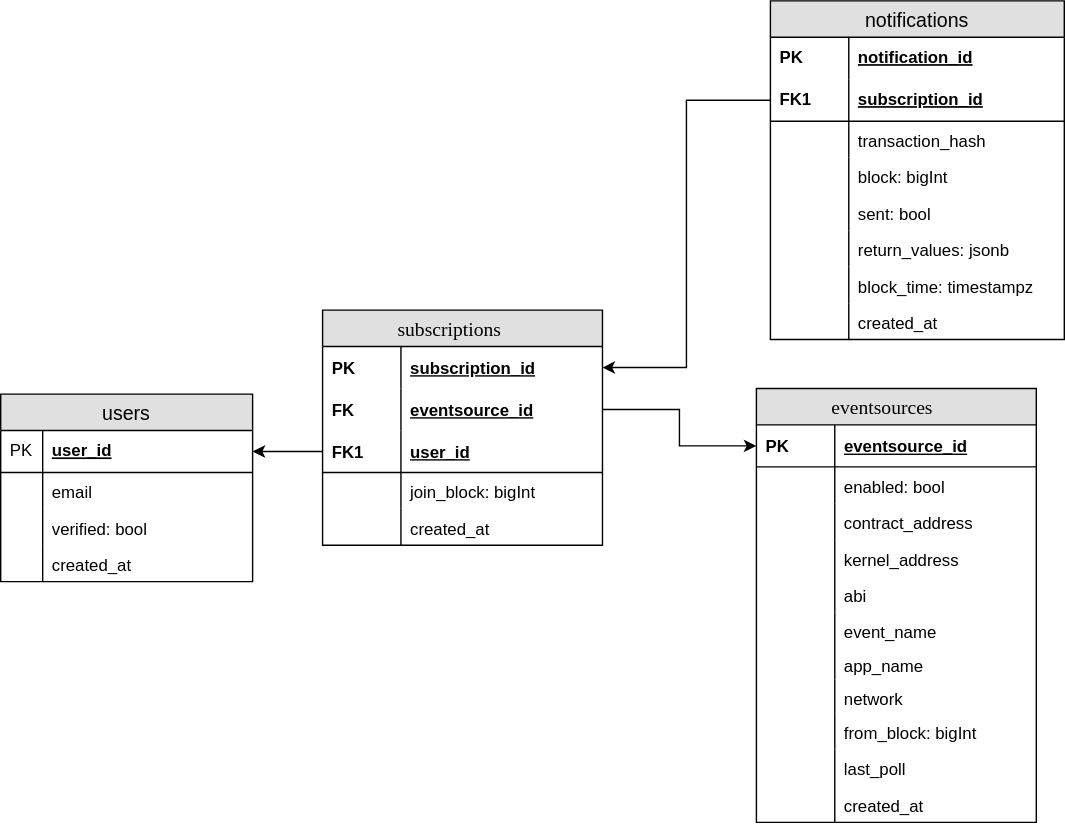
The draw.io diagram db.svg in aragonone/notification-service, before a commit. Source tidied: cells renumbered, new cells last; positions are measured from the earlier drawing's top-left corner, leaving out a move shared by most shapes.
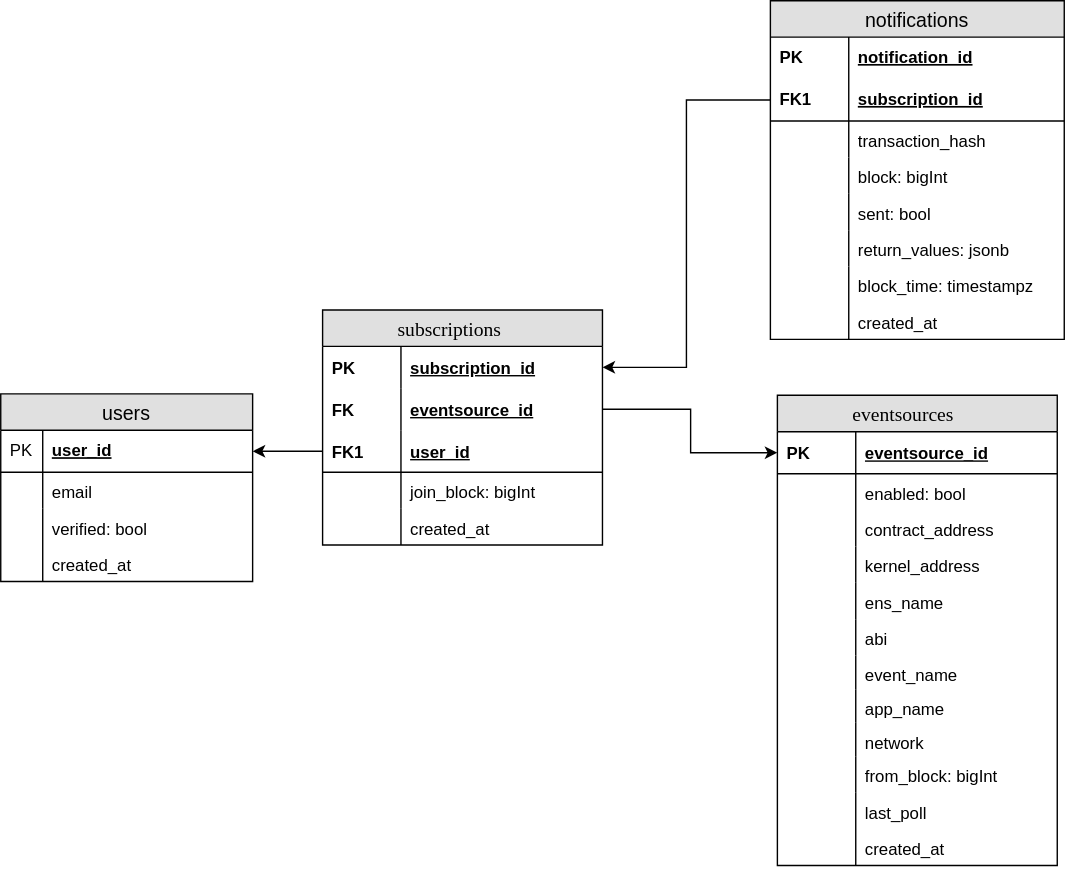
After the change.

Change to the diagram source:
```diff
@@ -117,7 +117,7 @@
       <mxGeometry width="30" height="26" as="geometry" />
     </mxCell>
     <mxCell id="40" value="eventsources&lt;br&gt;" style="swimlane;html=1;fontStyle=0;horizontal=1;startSize=26;fillColor=#e0e0e0;swimlaneFillColor=#ffffff;align=center;rounded=0;shadow=0;comic=0;labelBackgroundColor=none;strokeColor=#000000;strokeWidth=1;fontFamily=Verdana;fontSize=14;fontColor=#000000;" parent="1" vertex="1">
-      <mxGeometry x="540" y="277" width="200" height="310" as="geometry" />
+      <mxGeometry x="555" y="282" width="200" height="336" as="geometry" />
     </mxCell>
     <mxCell id="41" value="eventsource_id" style="shape=partialRectangle;top=0;left=0;right=0;bottom=1;html=1;align=left;verticalAlign=middle;fillColor=none;spacingLeft=60;spacingRight=4;whiteSpace=wrap;overflow=hidden;points=[[0,0.5],[1,0.5]];portConstraint=eastwest;fontStyle=5;" parent="40" vertex="1">
       <mxGeometry y="26" width="200" height="30" as="geometry" />
@@ -143,44 +143,50 @@
     <mxCell id="48" style="shape=partialRectangle;fontStyle=1;top=0;left=0;bottom=0;fillColor=none;align=left;verticalAlign=top;spacingLeft=4;spacingRight=4;overflow=hidden;fontSize=12;" parent="47" vertex="1">
       <mxGeometry width="56" height="26" as="geometry" />
     </mxCell>
+    <mxCell id="65" value="ens_name" style="shape=partialRectangle;top=0;left=0;right=0;bottom=0;align=left;verticalAlign=top;fillColor=none;spacingLeft=60;spacingRight=4;overflow=hidden;fontSize=12;" parent="40" vertex="1">
+      <mxGeometry y="134" width="200" height="26" as="geometry" />
+    </mxCell>
+    <mxCell id="66" style="shape=partialRectangle;fontStyle=1;top=0;left=0;bottom=0;fillColor=none;align=left;verticalAlign=top;spacingLeft=4;spacingRight=4;overflow=hidden;fontSize=12;" parent="65" vertex="1">
+      <mxGeometry width="56" height="26" as="geometry" />
+    </mxCell>
     <mxCell id="49" value="abi" style="shape=partialRectangle;top=0;left=0;right=0;bottom=0;align=left;verticalAlign=top;fillColor=none;spacingLeft=60;spacingRight=4;overflow=hidden;fontSize=12;" parent="40" vertex="1">
-      <mxGeometry y="134" width="200" height="26" as="geometry" />
+      <mxGeometry y="160" width="200" height="26" as="geometry" />
     </mxCell>
     <mxCell id="50" style="shape=partialRectangle;fontStyle=1;top=0;left=0;bottom=0;fillColor=none;align=left;verticalAlign=top;spacingLeft=4;spacingRight=4;overflow=hidden;fontSize=12;" parent="49" vertex="1">
       <mxGeometry width="56" height="26" as="geometry" />
     </mxCell>
     <mxCell id="51" value="event_name" style="shape=partialRectangle;top=0;left=0;right=0;bottom=0;align=left;verticalAlign=top;fillColor=none;spacingLeft=60;spacingRight=4;overflow=hidden;fontSize=12;" parent="40" vertex="1">
-      <mxGeometry y="160" width="200" height="24" as="geometry" />
+      <mxGeometry y="186" width="200" height="24" as="geometry" />
     </mxCell>
     <mxCell id="52" style="shape=partialRectangle;fontStyle=1;top=0;left=0;bottom=0;fillColor=none;align=left;verticalAlign=top;spacingLeft=4;spacingRight=4;overflow=hidden;fontSize=12;" parent="51" vertex="1">
       <mxGeometry width="56" height="24" as="geometry" />
     </mxCell>
     <mxCell id="53" value="app_name" style="shape=partialRectangle;top=0;left=0;right=0;bottom=0;align=left;verticalAlign=top;fillColor=none;spacingLeft=60;spacingRight=4;overflow=hidden;fontSize=12;" parent="40" vertex="1">
-      <mxGeometry y="184" width="200" height="24" as="geometry" />
+      <mxGeometry y="210" width="200" height="24" as="geometry" />
     </mxCell>
     <mxCell id="54" style="shape=partialRectangle;fontStyle=1;top=0;left=0;bottom=0;fillColor=none;align=left;verticalAlign=top;spacingLeft=4;spacingRight=4;overflow=hidden;fontSize=12;" parent="53" vertex="1">
       <mxGeometry width="56" height="24" as="geometry" />
     </mxCell>
     <mxCell id="55" value="network" style="shape=partialRectangle;top=0;left=0;right=0;bottom=0;align=left;verticalAlign=top;fillColor=none;spacingLeft=60;spacingRight=4;overflow=hidden;fontSize=12;" parent="40" vertex="1">
-      <mxGeometry y="208" width="200" height="24" as="geometry" />
+      <mxGeometry y="234" width="200" height="24" as="geometry" />
     </mxCell>
     <mxCell id="56" style="shape=partialRectangle;fontStyle=1;top=0;left=0;bottom=0;fillColor=none;align=left;verticalAlign=top;spacingLeft=4;spacingRight=4;overflow=hidden;fontSize=12;" parent="55" vertex="1">
       <mxGeometry width="56" height="24" as="geometry" />
     </mxCell>
     <mxCell id="57" value="from_block: bigInt" style="shape=partialRectangle;top=0;left=0;right=0;bottom=0;align=left;verticalAlign=top;fillColor=none;spacingLeft=60;spacingRight=4;overflow=hidden;fontSize=12;" parent="40" vertex="1">
-      <mxGeometry y="232" width="200" height="26" as="geometry" />
+      <mxGeometry y="258" width="200" height="26" as="geometry" />
     </mxCell>
     <mxCell id="58" style="shape=partialRectangle;fontStyle=1;top=0;left=0;bottom=0;fillColor=none;align=left;verticalAlign=top;spacingLeft=4;spacingRight=4;overflow=hidden;fontSize=12;" parent="57" vertex="1">
       <mxGeometry width="56" height="26" as="geometry" />
     </mxCell>
     <mxCell id="59" value="last_poll" style="shape=partialRectangle;top=0;left=0;right=0;bottom=0;align=left;verticalAlign=top;fillColor=none;spacingLeft=60;spacingRight=4;overflow=hidden;fontSize=12;" parent="40" vertex="1">
-      <mxGeometry y="258" width="200" height="26" as="geometry" />
+      <mxGeometry y="284" width="200" height="26" as="geometry" />
     </mxCell>
     <mxCell id="60" style="shape=partialRectangle;fontStyle=1;top=0;left=0;bottom=0;fillColor=none;align=left;verticalAlign=top;spacingLeft=4;spacingRight=4;overflow=hidden;fontSize=12;" parent="59" vertex="1">
       <mxGeometry width="56" height="26" as="geometry" />
     </mxCell>
     <mxCell id="61" value="created_at" style="shape=partialRectangle;top=0;left=0;right=0;bottom=0;align=left;verticalAlign=top;fillColor=none;spacingLeft=60;spacingRight=4;overflow=hidden;fontSize=12;" parent="40" vertex="1">
-      <mxGeometry y="284" width="200" height="26" as="geometry" />
+      <mxGeometry y="310" width="200" height="26" as="geometry" />
     </mxCell>
     <mxCell id="62" style="shape=partialRectangle;fontStyle=1;top=0;left=0;bottom=0;fillColor=none;align=left;verticalAlign=top;spacingLeft=4;spacingRight=4;overflow=hidden;fontSize=12;" parent="61" vertex="1">
       <mxGeometry width="56" height="26" as="geometry" />
```
